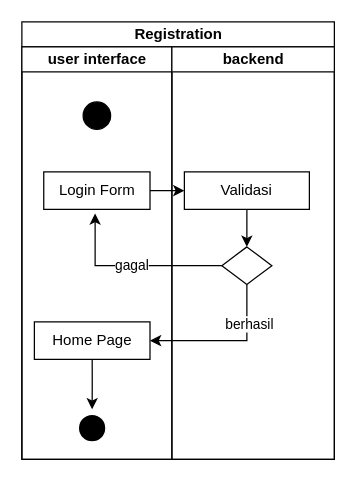
Before: activity/Login.drawio in fuatanshori/flowchart, a draw.io diagram. Source tidied: cells renumbered, new cells numbered last; positions are measured from the earlier drawing's top-left corner, leaving out a move shared by most shapes. Both pictures are drawn from the tidied source at 125%, with x=0, y=0 at pixel (21, 21).
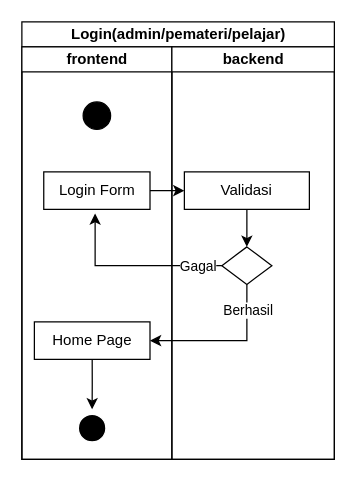
The same page after the edit.

Unchanged cells that the change refers to:
```xml
<mxCell id="14" style="edgeStyle=orthogonalEdgeStyle;rounded=0;jettySize=auto;html=1;exitX=0;exitY=0.5;exitDx=0;exitDy=0;entryX=0.483;entryY=1.11;entryDx=0;entryDy=0;entryPerimeter=0;" parent="2" edge="1" source="13" target="6">
  <mxGeometry relative="1" as="geometry" />
</mxCell>
<mxCell id="17" style="edgeStyle=orthogonalEdgeStyle;rounded=0;jettySize=auto;html=1;exitX=0.5;exitY=1;exitDx=0;exitDy=0;entryX=1;entryY=0.5;entryDx=0;entryDy=0;" parent="2" edge="1" source="13" target="7">
  <mxGeometry relative="1" as="geometry" />
</mxCell>
```

What changed in the source:
```diff
@@
-    <mxCell id="2" value="Registration" style="swimlane;startSize=20;html=1;" parent="1" vertex="1">
+    <mxCell id="2" value="Login(admin/pemateri/pelajar)" style="swimlane;startSize=20;html=1;" parent="1" vertex="1">
       <mxGeometry width="250" height="350" as="geometry" />
     </mxCell>
-    <mxCell id="3" value="user interface" style="swimlane;startSize=20;html=1;" parent="2" vertex="1">
+    <mxCell id="3" value="frontend" style="swimlane;startSize=20;html=1;" parent="2" vertex="1">
       <mxGeometry y="20" width="120" height="330" as="geometry" />
     </mxCell>
@@
-    <mxCell id="15" value="gagal" style="edgeLabel;html=1;align=center;verticalAlign=middle;" parent="14" vertex="1">
-      <mxGeometry x="0.02" y="-1" relative="1" as="geometry" />
+    <mxCell id="15" value="Gagal" style="edgeLabel;html=1;align=center;verticalAlign=middle;" parent="14" vertex="1">
+      <mxGeometry x="0.02" y="-1" relative="1" as="geometry">
+        <mxPoint x="53" y="1" as="offset" />
+      </mxGeometry>
     </mxCell>
@@
-    <mxCell id="18" value="berhasil" style="edgeLabel;html=1;align=center;verticalAlign=middle;" parent="17" vertex="1">
-      <mxGeometry x="-0.49" y="1" relative="1" as="geometry" />
+    <mxCell id="18" value="Berhasil" style="edgeLabel;html=1;align=center;verticalAlign=middle;" parent="17" vertex="1">
+      <mxGeometry x="-0.49" y="1" relative="1" as="geometry">
+        <mxPoint x="-1" y="-11" as="offset" />
+      </mxGeometry>
     </mxCell>
```
